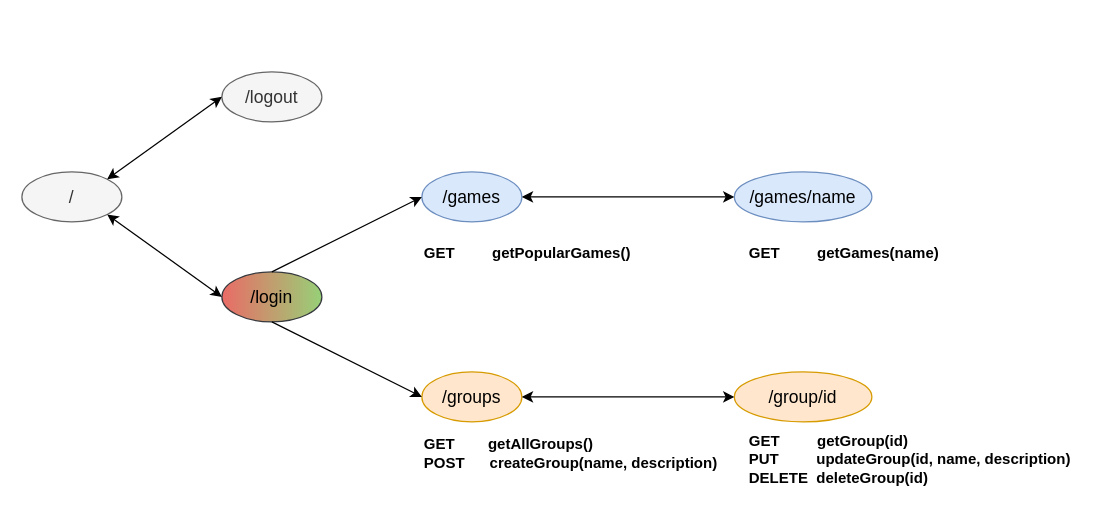
Earlier version of the draw.io diagram apiDocumentation/paths.drawio (joaoesantos/PI-1920i-LI51N-G03). Source tidied: cells renumbered, new cells numbered last; positions are measured from the earlier drawing's top-left corner, leaving out a move shared by most shapes. Both pictures are drawn from the tidied source at 125%, with x=0, y=0 at pixel (21, 71).
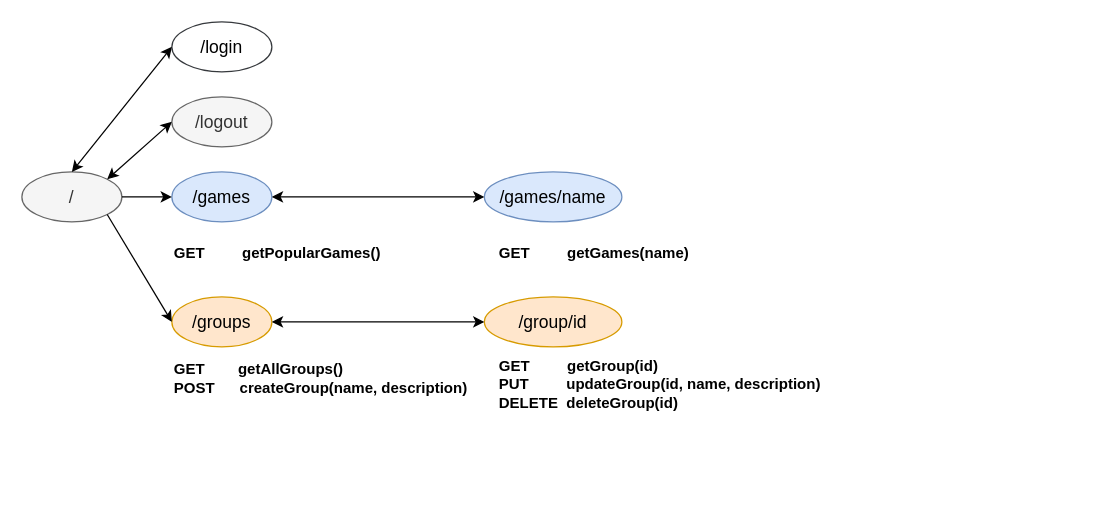
The same diagram, later.

Commit message (it also covers changes not shown here):
correct spa page flow

The edit, as a diff of the source:
```diff
@@
 <mxGraphModel>
   <root>
     <mxCell id="0" />
     <mxCell id="1" parent="0" />
     <mxCell id="2" value="&lt;font style=&quot;font-size: 14px&quot;&gt;/&lt;/font&gt;" style="ellipse;whiteSpace=wrap;html=1;fillColor=#f5f5f5;strokeColor=#666666;fontColor=#333333;" parent="1" vertex="1">
       <mxGeometry y="80" width="80" height="40" as="geometry" />
     </mxCell>
     <mxCell id="3" value="&lt;font style=&quot;font-size: 14px&quot;&gt;/games&lt;/font&gt;" style="ellipse;whiteSpace=wrap;html=1;fillColor=#dae8fc;strokeColor=#6c8ebf;" parent="1" vertex="1">
-      <mxGeometry x="320" y="80" width="80" height="40" as="geometry" />
+      <mxGeometry x="120" y="80" width="80" height="40" as="geometry" />
     </mxCell>
     <mxCell id="4" value="&lt;font style=&quot;font-size: 14px&quot;&gt;/groups&lt;/font&gt;" style="ellipse;whiteSpace=wrap;html=1;fillColor=#ffe6cc;strokeColor=#d79b00;" parent="1" vertex="1">
-      <mxGeometry x="320" y="240" width="80" height="40" as="geometry" />
+      <mxGeometry x="120" y="180" width="80" height="40" as="geometry" />
     </mxCell>
     <mxCell id="5" value="&lt;font style=&quot;font-size: 14px&quot;&gt;/games/name&lt;/font&gt;" style="ellipse;whiteSpace=wrap;html=1;fillColor=#dae8fc;strokeColor=#6c8ebf;" parent="1" vertex="1">
-      <mxGeometry x="570" y="80" width="110" height="40" as="geometry" />
+      <mxGeometry x="370" y="80" width="110" height="40" as="geometry" />
     </mxCell>
     <mxCell id="6" value="&lt;font style=&quot;font-size: 14px&quot;&gt;/group/id&lt;/font&gt;" style="ellipse;whiteSpace=wrap;html=1;fillColor=#ffe6cc;strokeColor=#d79b00;" parent="1" vertex="1">
-      <mxGeometry x="570" y="240" width="110" height="40" as="geometry" />
+      <mxGeometry x="370" y="180" width="110" height="40" as="geometry" />
     </mxCell>
     <mxCell id="7" value="&lt;b&gt;GET&amp;nbsp; &amp;nbsp; &amp;nbsp; &amp;nbsp; &amp;nbsp;getPopularGames()&lt;/b&gt;" style="text;html=1;strokeColor=none;fillColor=none;align=left;verticalAlign=middle;whiteSpace=wrap;rounded=0;" parent="1" vertex="1">
-      <mxGeometry x="320" y="130" width="200" height="30" as="geometry" />
+      <mxGeometry x="120" y="130" width="200" height="30" as="geometry" />
     </mxCell>
     <mxCell id="8" value="&lt;b&gt;GET&amp;nbsp; &amp;nbsp; &amp;nbsp; &amp;nbsp; getAllGroups()&lt;br&gt;POST&amp;nbsp; &amp;nbsp; &amp;nbsp; createGroup(name, description)&lt;/b&gt;" style="text;html=1;strokeColor=none;fillColor=none;align=left;verticalAlign=middle;whiteSpace=wrap;rounded=0;" parent="1" vertex="1">
-      <mxGeometry x="320" y="290" width="240" height="30" as="geometry" />
+      <mxGeometry x="120" y="230" width="240" height="30" as="geometry" />
     </mxCell>
     <mxCell id="9" value="&lt;b&gt;GET&amp;nbsp; &amp;nbsp; &amp;nbsp; &amp;nbsp; &amp;nbsp;getGames(name)&lt;/b&gt;" style="text;html=1;strokeColor=none;fillColor=none;align=left;verticalAlign=middle;whiteSpace=wrap;rounded=0;" parent="1" vertex="1">
-      <mxGeometry x="580" y="130" width="200" height="30" as="geometry" />
+      <mxGeometry x="380" y="130" width="200" height="30" as="geometry" />
     </mxCell>
     <mxCell id="10" value="&lt;b&gt;GET&amp;nbsp; &amp;nbsp; &amp;nbsp; &amp;nbsp; &amp;nbsp;getGroup(id)&lt;br&gt;PUT&amp;nbsp; &amp;nbsp; &amp;nbsp; &amp;nbsp; &amp;nbsp;updateGroup(id, name, description)&lt;br&gt;DELETE&amp;nbsp; deleteGroup(id)&lt;/b&gt;" style="text;html=1;strokeColor=none;fillColor=none;align=left;verticalAlign=middle;whiteSpace=wrap;rounded=0;" parent="1" vertex="1">
-      <mxGeometry x="580" y="290" width="280" height="40" as="geometry" />
+      <mxGeometry x="380" y="230" width="280" height="40" as="geometry" />
     </mxCell>
     <mxCell id="11" style="endArrow=classic;startArrow=classic;html=1;entryX=0;entryY=0.5;entryDx=0;entryDy=0;exitX=1;exitY=0.5;exitDx=0;exitDy=0;" parent="1" edge="1" source="4" target="6">
       <mxGeometry relative="1" as="geometry" />
     </mxCell>
     <mxCell id="12" style="endArrow=classic;startArrow=classic;html=1;entryX=0;entryY=0.5;entryDx=0;entryDy=0;exitX=1;exitY=0.5;exitDx=0;exitDy=0;" parent="1" edge="1" source="3" target="5">
       <mxGeometry relative="1" as="geometry" />
     </mxCell>
-    <mxCell id="13" value="&lt;font style=&quot;font-size: 14px&quot;&gt;/login&lt;/font&gt;" style="ellipse;whiteSpace=wrap;html=1;fillColor=#97D077;strokeColor=#36393d;gradientColor=#EA6B66;gradientDirection=west;" parent="1" vertex="1">
-      <mxGeometry x="160" y="160" width="80" height="40" as="geometry" />
+    <mxCell id="13" value="&lt;font style=&quot;font-size: 14px&quot;&gt;/login&lt;/font&gt;" style="ellipse;whiteSpace=wrap;html=1;fillColor=none;strokeColor=#36393d;gradientColor=#EA6B66;gradientDirection=west;" parent="1" vertex="1">
+      <mxGeometry x="120" y="-40" width="80" height="40" as="geometry" />
     </mxCell>
-    <mxCell id="14" style="endArrow=classic;html=1;entryX=0;entryY=0.5;entryDx=0;entryDy=0;exitX=0.5;exitY=0;exitDx=0;exitDy=0;" parent="1" edge="1" source="13" target="3">
+    <mxCell id="14" style="endArrow=classic;html=1;entryX=0;entryY=0.5;entryDx=0;entryDy=0;exitX=1;exitY=0.5;exitDx=0;exitDy=0;" parent="1" edge="1" source="2" target="3">
       <mxGeometry relative="1" as="geometry" />
     </mxCell>
-    <mxCell id="15" style="endArrow=classic;html=1;entryX=0;entryY=0.5;entryDx=0;entryDy=0;exitX=0.5;exitY=1;exitDx=0;exitDy=0;" parent="1" edge="1" source="13" target="4">
+    <mxCell id="15" style="endArrow=classic;html=1;entryX=0;entryY=0.5;entryDx=0;entryDy=0;exitX=1;exitY=1;exitDx=0;exitDy=0;" parent="1" edge="1" source="2" target="4">
       <mxGeometry relative="1" as="geometry" />
     </mxCell>
-    <mxCell id="16" style="endArrow=classic;html=1;entryX=0;entryY=0.5;entryDx=0;entryDy=0;exitX=1;exitY=1;exitDx=0;exitDy=0;startArrow=classic;startFill=1;" parent="1" edge="1" source="2" target="13">
+    <mxCell id="16" style="endArrow=classic;html=1;entryX=0;entryY=0.5;entryDx=0;entryDy=0;exitX=0.5;exitY=0;exitDx=0;exitDy=0;startArrow=classic;startFill=1;" parent="1" edge="1" source="2" target="13">
       <mxGeometry relative="1" as="geometry" />
     </mxCell>
     <mxCell id="17" value="&lt;font style=&quot;font-size: 14px&quot;&gt;/logout&lt;/font&gt;" style="ellipse;whiteSpace=wrap;html=1;fillColor=#f5f5f5;strokeColor=#666666;fontColor=#333333;" parent="1" vertex="1">
-      <mxGeometry x="160" width="80" height="40" as="geometry" />
+      <mxGeometry x="120" y="20" width="80" height="40" as="geometry" />
     </mxCell>
     <mxCell id="18" style="endArrow=classic;html=1;exitX=1;exitY=0;exitDx=0;exitDy=0;entryX=0;entryY=0.5;entryDx=0;entryDy=0;startArrow=classic;startFill=1;" parent="1" edge="1" source="2" target="17">
       <mxGeometry relative="1" as="geometry" />
     </mxCell>
   </root>
 </mxGraphModel>
```
